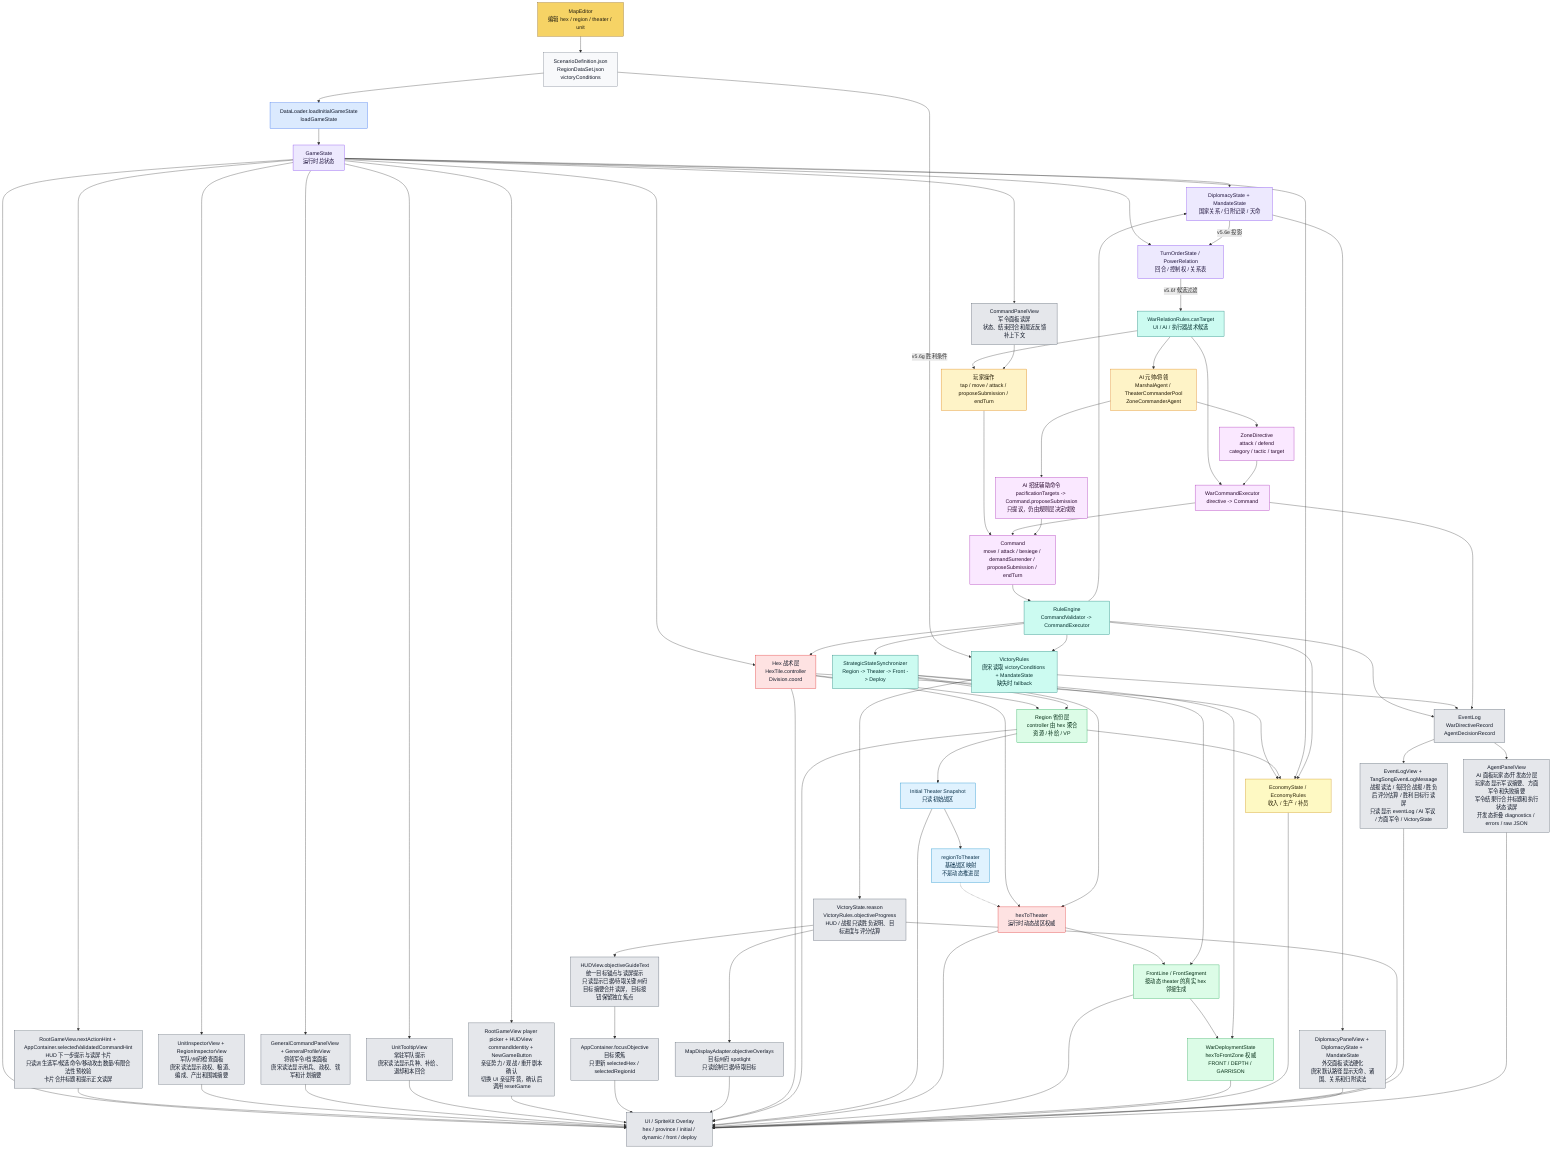
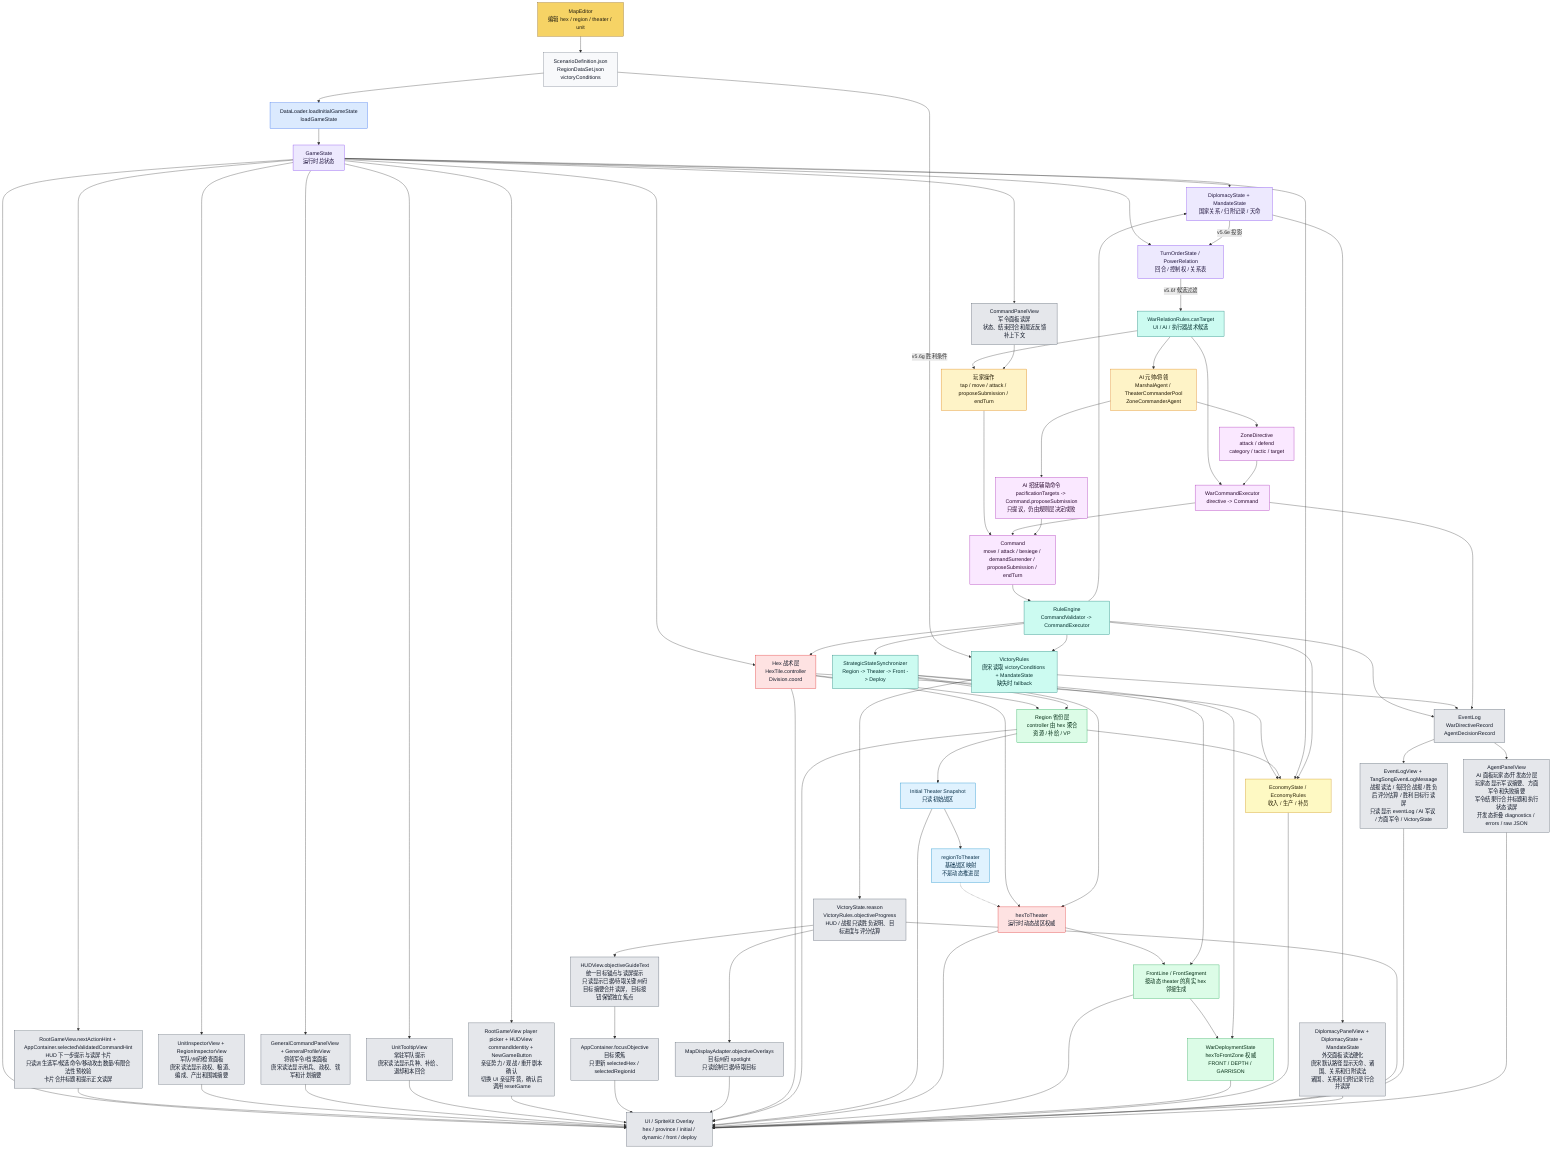
flowchart TD
    ME["MapEditor<br/>编辑 hex / region / theater / unit"]:::editor
    JSON["ScenarioDefinition.json<br/>RegionDataSet.json<br/>victoryConditions"]:::data
    DL["DataLoader.loadInitialGameState<br/>loadGameState"]:::loader
    GS["GameState<br/>运行时总状态"]:::state

    HEX["Hex 战术层<br/>HexTile.controller<br/>Division.coord"]:::authority
    REGION["Region 省份层<br/>controller 由 hex 聚合<br/>资源 / 补给 / VP"]:::derived
    INIT["Initial Theater Snapshot<br/>只读初始战区"]:::snapshot
    R2T["regionToTheater<br/>基础战区映射<br/>不是动态推进层"]:::snapshot
    H2T["hexToTheater<br/>运行时动态战区权威"]:::authority
    FRONT["FrontLine / FrontSegment<br/>按动态 theater 的真实 hex 邻接生成"]:::derived
    DEPLOY["WarDeploymentState<br/>hexToFrontZone 权威<br/>FRONT / DEPTH / GARRISON"]:::derived
    ECO["EconomyState / EconomyRules<br/>收入 / 生产 / 补员"]:::economy
    DIP["DiplomacyState + MandateState<br/>国家关系 / 归附记录 / 天命"]:::state
    TURN["TurnOrderState / PowerRelation<br/>回合 / 控制权 / 关系表"]:::state
    RELCAND["WarRelationRules.canTarget<br/>UI / AI / 执行器战术候选"]:::rules
    VICT["VictoryRules<br/>唐宋读取 victoryConditions + MandateState<br/>缺失时 fallback"]:::rules
    VICTEXT["VictoryState.reason<br/>VictoryRules.objectiveProgress<br/>HUD / 战报只读胜负说明、目标进度与评分估算"]:::ui
    GOAL["HUDView.objectiveGuideText<br/>统一目标锚点与读屏提示<br/>只读显示已据/待取关键州府<br/>目标摘要合并读屏，目标按钮保留独立焦点"]:::ui
    FOCUS["AppContainer.focusObjective<br/>目标聚焦<br/>只更新 selectedHex / selectedRegionId"]:::ui
    SPOTLIGHT["MapDisplayAdapter.objectiveOverlays<br/>目标州府 spotlight<br/>只读绘制已据/待取目标"]:::ui
    TURNREPORT["EventLogView + TangSongEventLogMessage<br/>战报读法 / 每回合战报 / 胜负后评分估算 / 胜利目标行读屏<br/>只读显示 eventLog / AI 军议 / 方面军令 / VictoryState"]:::ui
    SESSIONHUD["RootGameView player picker + HUDView commandIdentity + NewGameButton<br/>亲征势力 / 观战 / 重开剧本确认<br/>切换 UI 亲征阵营，确认后调用 resetGame"]:::ui
    HINT["RootGameView.nextActionHint + AppContainer.selectedValidatedCommandHint<br/>HUD 下一步提示与读屏卡片<br/>只读派生选军/候选命令/移动攻击数量/有限合法性预校验<br/>卡片合并标题和提示正文读屏"]:::ui
    COMMANDPANEL["CommandPanelView<br/>军令面板读屏<br/>状态、结束回合和最近反馈补上下文"]:::ui
    INSPECT["UnitInspectorView + RegionInspectorView<br/>军队/州府检查面板<br/>唐宋读法显示政权、粮道、编成、产出和围城摘要"]:::ui
    GENPANELS["GeneralCommandPanelView + GeneralProfileView<br/>将领军令/档案面板<br/>唐宋读法显示用兵、政权、辖军和计划摘要"]:::ui
    TOOLTIP["UnitTooltipView<br/>常驻军队提示<br/>唐宋读法显示兵种、补给、退却和本回合"]:::ui
    AIPANEL["AgentPanelView<br/>AI 面板玩家态/开发态分层<br/>玩家态显示军议摘要、方面军令和失败摘要<br/>军令结果行合并标题和执行状态读屏<br/>开发态折叠 diagnostics / errors / raw JSON"]:::ui
-     DIPPANEL["DiplomacyPanelView + DiplomacyState + MandateState<br/>外交面板读法硬化<br/>唐宋默认路径显示天命、诸国、关系和归附读法"]:::ui
+     DIPPANEL["DiplomacyPanelView + DiplomacyState + MandateState<br/>外交面板读法硬化<br/>唐宋默认路径显示天命、诸国、关系和归附读法<br/>诸国、关系和归附记录行合并读屏"]:::ui

    PLAYER["玩家操作<br/>tap / move / attack / proposeSubmission / endTurn"]:::input
    AI["AI 元帅/将领<br/>MarshalAgent / TheaterCommanderPool<br/>ZoneCommanderAgent"]:::input
    AIPAC["AI 招抚辅助命令<br/>pacificationTargets -> Command.proposeSubmission<br/>只提议，仍由规则层决定成败"]:::command
    ZD["ZoneDirective<br/>attack / defend<br/>category / tactic / target"]:::command
    WCE["WarCommandExecutor<br/>directive -> Command"]:::command
    CMD["Command<br/>move / attack / besiege / demandSurrender / proposeSubmission / endTurn"]:::command
    RE["RuleEngine<br/>CommandValidator -> CommandExecutor"]:::rules
    SYNC["StrategicStateSynchronizer<br/>Region -> Theater -> Front -> Deploy"]:::rules

    UI["UI / SpriteKit Overlay<br/>hex / province / initial / dynamic / front / deploy"]:::ui
    LOG["EventLog<br/>WarDirectiveRecord<br/>AgentDecisionRecord"]:::ui

    ME --> JSON --> DL --> GS
    GS --> HEX
    HEX --> REGION
    HEX --> ECO
    REGION --> ECO
    REGION --> INIT
    INIT --> R2T
    R2T -.-> H2T
    HEX --> H2T
    H2T --> FRONT --> DEPLOY
    GS --> ECO
    GS --> DIP
    GS --> TURN
    DIP -->|v5.6e 投影| TURN
    TURN -->|v5.6f 候选过滤| RELCAND
    JSON -->|v5.6g 胜利条件| VICT

    PLAYER --> CMD
    RELCAND --> PLAYER
    RELCAND --> AI
    RELCAND --> WCE
    AI --> ZD --> WCE --> CMD
    AI --> AIPAC --> CMD
    CMD --> RE --> HEX
    RE --> ECO
    RE --> DIP
    RE --> VICT
    RE --> SYNC
    SYNC --> REGION
    SYNC --> H2T
    SYNC --> FRONT
    SYNC --> DEPLOY

    GS --> UI
    GS --> HINT --> UI
    GS --> INSPECT --> UI
    GS --> GENPANELS --> UI
    GS --> TOOLTIP --> UI
    GS --> SESSIONHUD --> UI
    VICTEXT --> GOAL --> FOCUS --> UI
    VICTEXT --> SPOTLIGHT --> UI
    HEX --> UI
    REGION --> UI
    INIT --> UI
    H2T --> UI
    FRONT --> UI
    DEPLOY --> UI
    ECO --> UI
    GS --> COMMANDPANEL --> PLAYER
    DIP --> DIPPANEL --> UI
    VICT --> VICTEXT --> UI
    RE --> LOG
    VICT --> LOG
    WCE --> LOG
    LOG --> TURNREPORT --> UI
    LOG --> AIPANEL --> UI

    classDef editor fill:#f6d365,stroke:#8a5a00,color:#1f1b10
    classDef data fill:#f8f9fb,stroke:#6b7280,color:#111827
    classDef loader fill:#dbeafe,stroke:#2563eb,color:#0f172a
    classDef state fill:#ede9fe,stroke:#7c3aed,color:#1f143d
    classDef authority fill:#fee2e2,stroke:#dc2626,color:#111827
    classDef derived fill:#dcfce7,stroke:#16a34a,color:#052e16
    classDef snapshot fill:#e0f2fe,stroke:#0284c7,color:#082f49
    classDef input fill:#fef3c7,stroke:#d97706,color:#1f1600
    classDef economy fill:#fef9c3,stroke:#ca8a04,color:#292107
    classDef command fill:#fae8ff,stroke:#a21caf,color:#2a0a2f
    classDef rules fill:#ccfbf1,stroke:#0f766e,color:#042f2e
    classDef ui fill:#e5e7eb,stroke:#4b5563,color:#111827
